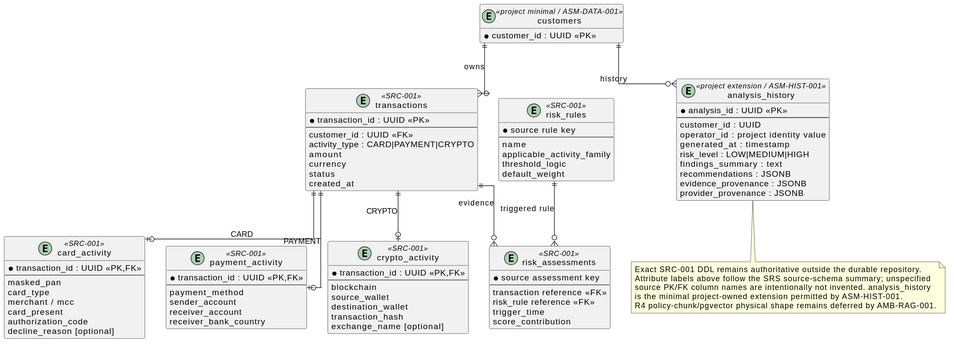
Before: docs/assignment/SDD/diagrams/relational-schema.svg, a diagram exported from PlantUML (jdoe-dev-159753/specgraph-reference-app). Source of this version:
```plantuml
@startuml
hide methods
skinparam linetype ortho

entity customers <<project minimal / ASM-DATA-001>> {
  * customer_id : UUID <<PK>>
}
entity transactions <<SRC-001>> {
  * transaction_id : UUID <<PK>>
  --
  customer_id : UUID <<FK>>
  activity_type : CARD|PAYMENT|CRYPTO
  amount
  currency
  status
  created_at
}
entity card_activity <<SRC-001>> {
  * transaction_id : UUID <<PK,FK>>
  --
  masked_pan
  card_type
  merchant / mcc
  card_present
  authorization_code
  decline_reason [optional]
}
entity payment_activity <<SRC-001>> {
  * transaction_id : UUID <<PK,FK>>
  --
  payment_method
  sender_account
  receiver_account
  receiver_bank_country
}
entity crypto_activity <<SRC-001>> {
  * transaction_id : UUID <<PK,FK>>
  --
  blockchain
  source_wallet
  destination_wallet
  transaction_hash
  exchange_name [optional]
}
entity risk_rules <<SRC-001>> {
  * source rule key
  --
  name
  applicable_activity_family
  threshold_logic
  default_weight
}
entity risk_assessments <<SRC-001>> {
  * source assessment key
  --
  transaction reference <<FK>>
  risk_rule reference <<FK>>
  trigger_time
  score_contribution
}
entity analysis_history <<project extension / ASM-HIST-001>> {
  * analysis_id : UUID <<PK>>
  --
  customer_id : UUID
  operator_id : project identity value
  generated_at : timestamp
  risk_level : LOW|MEDIUM|HIGH
  findings_summary : text
  recommendations : JSONB
  evidence_provenance : JSONB
  provider_provenance : JSONB
}

customers ||--o{ transactions : owns
transactions ||--o| card_activity : CARD
transactions ||--o| payment_activity : PAYMENT
transactions ||--o| crypto_activity : CRYPTO
transactions ||--o{ risk_assessments : evidence
risk_rules ||--o{ risk_assessments : triggered rule
customers ||--o{ analysis_history : history

note bottom
  Exact SRC-001 DDL remains authoritative outside the durable repository.
  Attribute labels above follow the SRS source-schema summary; unspecified
  source PK/FK column names are intentionally not invented. analysis_history
  is the minimal project-owned extension permitted by ASM-HIST-001.
  R4 policy-chunk/pgvector physical shape remains deferred by AMB-RAG-001.
end note
@enduml
```
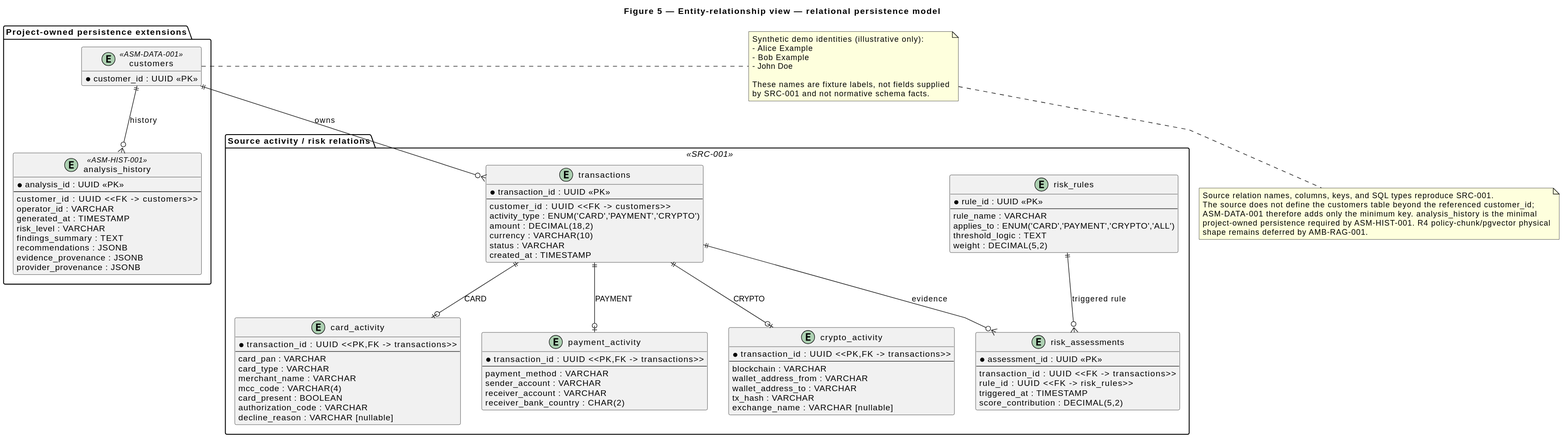
The same diagram one commit later.

What changed in the source:
```diff
@@ -1,74 +1,90 @@
 @startuml
+title Figure 5 — Entity-relationship view — relational persistence model
+top to bottom direction
 hide methods
-skinparam linetype ortho
+skinparam linetype polyline
+skinparam nodesep 35
+skinparam ranksep 45
 
-entity customers <<project minimal / ASM-DATA-001>> {
-  * customer_id : UUID <<PK>>
+package "Source activity / risk relations" <<SRC-001>> {
+  entity transactions {
+    * transaction_id : UUID <<PK>>
+    --
+    customer_id : UUID <<FK -> customers>>
+    activity_type : ENUM('CARD','PAYMENT','CRYPTO')
+    amount : DECIMAL(18,2)
+    currency : VARCHAR(10)
+    status : VARCHAR
+    created_at : TIMESTAMP
+  }
+
+  entity card_activity {
+    * transaction_id : UUID <<PK,FK -> transactions>>
+    --
+    card_pan : VARCHAR
+    card_type : VARCHAR
+    merchant_name : VARCHAR
+    mcc_code : VARCHAR(4)
+    card_present : BOOLEAN
+    authorization_code : VARCHAR
+    decline_reason : VARCHAR [nullable]
+  }
+
+  entity payment_activity {
+    * transaction_id : UUID <<PK,FK -> transactions>>
+    --
+    payment_method : VARCHAR
+    sender_account : VARCHAR
+    receiver_account : VARCHAR
+    receiver_bank_country : CHAR(2)
+  }
+
+  entity crypto_activity {
+    * transaction_id : UUID <<PK,FK -> transactions>>
+    --
+    blockchain : VARCHAR
+    wallet_address_from : VARCHAR
+    wallet_address_to : VARCHAR
+    tx_hash : VARCHAR
+    exchange_name : VARCHAR [nullable]
+  }
+
+  entity risk_assessments {
+    * assessment_id : UUID <<PK>>
+    --
+    transaction_id : UUID <<FK -> transactions>>
+    rule_id : UUID <<FK -> risk_rules>>
+    triggered_at : TIMESTAMP
+    score_contribution : DECIMAL(5,2)
+  }
+
+  entity risk_rules {
+    * rule_id : UUID <<PK>>
+    --
+    rule_name : VARCHAR
+    applies_to : ENUM('CARD','PAYMENT','CRYPTO','ALL')
+    threshold_logic : TEXT
+    weight : DECIMAL(5,2)
+  }
 }
-entity transactions <<SRC-001>> {
-  * transaction_id : UUID <<PK>>
-  --
-  customer_id : UUID <<FK>>
-  activity_type : CARD|PAYMENT|CRYPTO
-  amount
-  currency
-  status
-  created_at
-}
-entity card_activity <<SRC-001>> {
-  * transaction_id : UUID <<PK,FK>>
-  --
-  masked_pan
-  card_type
-  merchant / mcc
-  card_present
-  authorization_code
-  decline_reason [optional]
-}
-entity payment_activity <<SRC-001>> {
-  * transaction_id : UUID <<PK,FK>>
-  --
-  payment_method
-  sender_account
-  receiver_account
-  receiver_bank_country
-}
-entity crypto_activity <<SRC-001>> {
-  * transaction_id : UUID <<PK,FK>>
-  --
-  blockchain
-  source_wallet
-  destination_wallet
-  transaction_hash
-  exchange_name [optional]
-}
-entity risk_rules <<SRC-001>> {
-  * source rule key
-  --
-  name
-  applicable_activity_family
-  threshold_logic
-  default_weight
-}
-entity risk_assessments <<SRC-001>> {
-  * source assessment key
-  --
-  transaction reference <<FK>>
-  risk_rule reference <<FK>>
-  trigger_time
-  score_contribution
-}
-entity analysis_history <<project extension / ASM-HIST-001>> {
-  * analysis_id : UUID <<PK>>
-  --
-  customer_id : UUID
-  operator_id : project identity value
-  generated_at : timestamp
-  risk_level : LOW|MEDIUM|HIGH
-  findings_summary : text
-  recommendations : JSONB
-  evidence_provenance : JSONB
-  provider_provenance : JSONB
+
+package "Project-owned persistence extensions" {
+  entity customers <<ASM-DATA-001>> {
+    * customer_id : UUID <<PK>>
+  }
+
+  entity analysis_history <<ASM-HIST-001>> {
+    * analysis_id : UUID <<PK>>
+    --
+    customer_id : UUID <<FK -> customers>>
+    operator_id : VARCHAR
+    generated_at : TIMESTAMP
+    risk_level : VARCHAR
+    findings_summary : TEXT
+    recommendations : JSONB
+    evidence_provenance : JSONB
+    provider_provenance : JSONB
+  }
 }
 
 customers ||--o{ transactions : owns
@@ -79,11 +95,21 @@
 risk_rules ||--o{ risk_assessments : triggered rule
 customers ||--o{ analysis_history : history
 
+note right of customers
+  Synthetic demo identities (illustrative only):
+  - Alice Example
+  - Bob Example
+  - John Doe
+
+  These names are fixture labels, not fields supplied
+  by SRC-001 and not normative schema facts.
+end note
+
 note bottom
-  Exact SRC-001 DDL remains authoritative outside the durable repository.
-  Attribute labels above follow the SRS source-schema summary; unspecified
-  source PK/FK column names are intentionally not invented. analysis_history
-  is the minimal project-owned extension permitted by ASM-HIST-001.
-  R4 policy-chunk/pgvector physical shape remains deferred by AMB-RAG-001.
+  Source relation names, columns, keys, and SQL types reproduce SRC-001.
+  The source does not define the customers table beyond the referenced customer_id;
+  ASM-DATA-001 therefore adds only the minimum key. analysis_history is the minimal
+  project-owned persistence required by ASM-HIST-001. R4 policy-chunk/pgvector physical
+  shape remains deferred by AMB-RAG-001.
 end note
 @enduml
```
